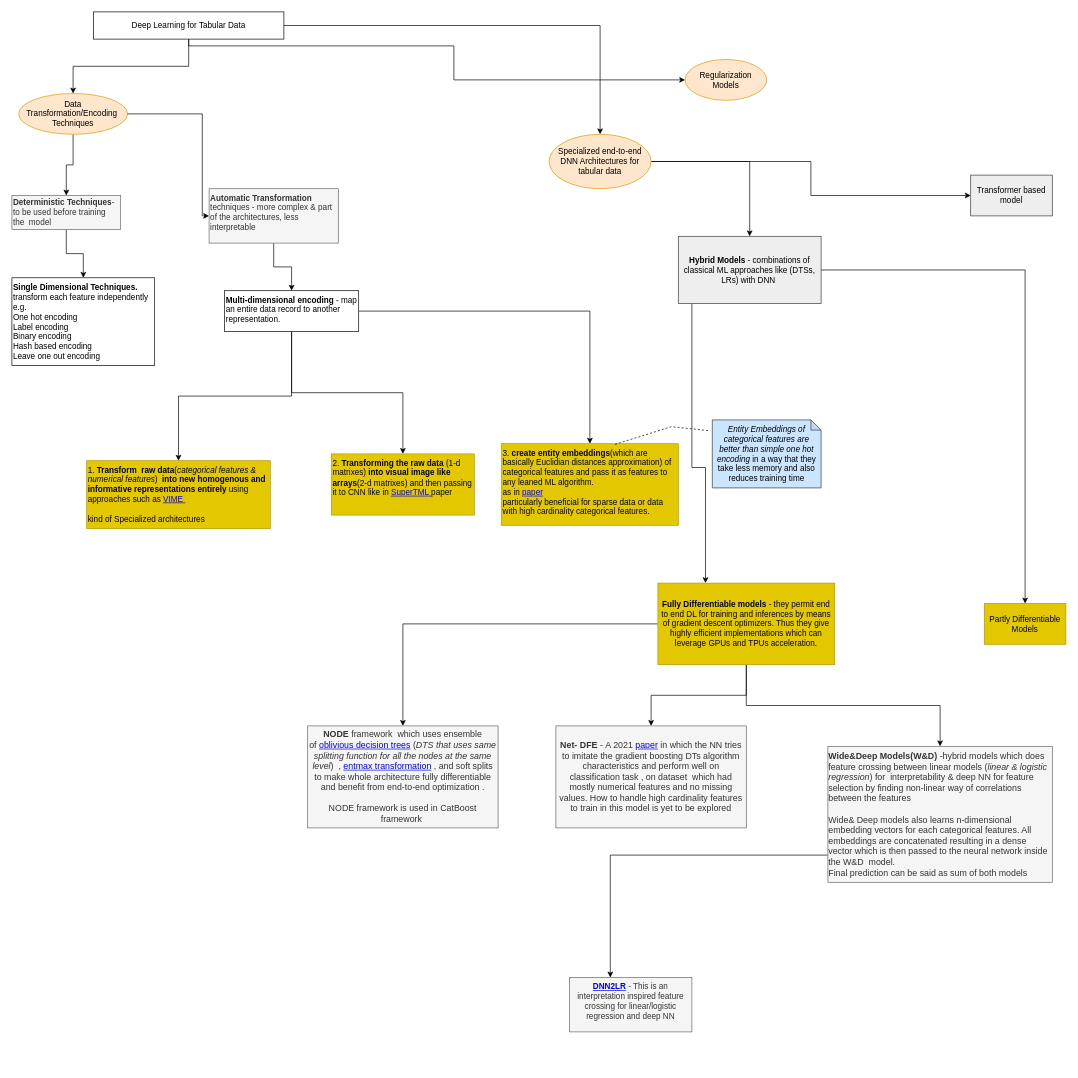
Above: DeepLearningTabularData.drawio in ambitiousrahul/concepts-viz-diagrams (draw.io), before the change. Source tidied: cells renumbered, new cells numbered last; positions are measured from the earlier drawing's top-left corner, leaving out a move shared by most shapes. Both pictures are drawn from the tidied source at 68%, with x=0, y=0 at pixel (12, 12).
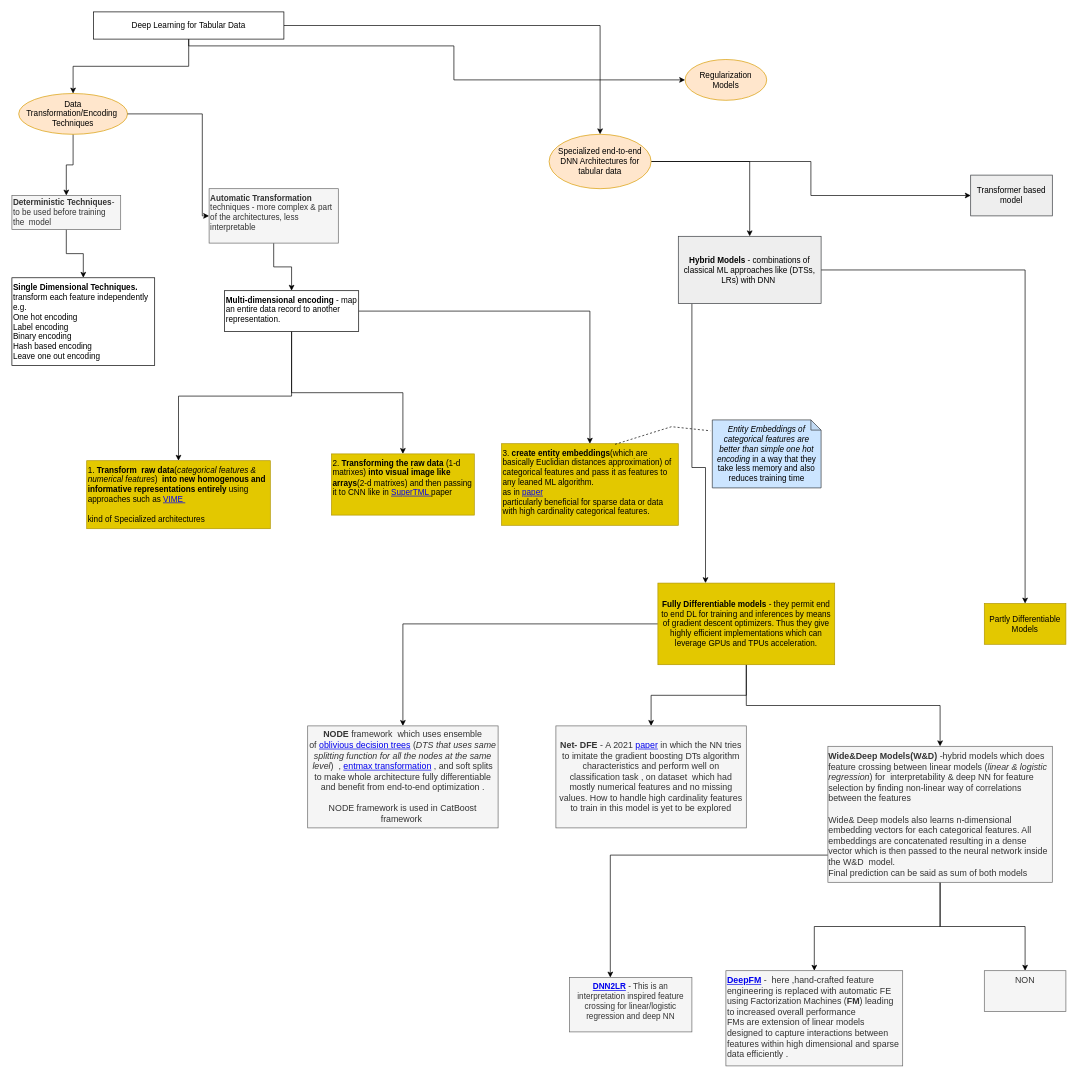
The same diagram, later.

The change refers to these unchanged cells:
```xml
<mxCell id="39" value="&lt;div style=&quot;text-align: left&quot;&gt;&lt;b&gt;Wide&amp;amp;Deep Models(W&amp;amp;D)&lt;/b&gt;&lt;span&gt; -hybrid models which does feature crossing between linear models (&lt;/span&gt;&lt;i&gt;linear &amp;amp; logistic regression&lt;/i&gt;&lt;span&gt;) for&amp;nbsp; interpretability &amp;amp; deep NN for feature selection by finding non-linear way of correlations between the features&lt;/span&gt;&lt;/div&gt;&lt;div style=&quot;text-align: left&quot;&gt;&lt;br&gt;&lt;/div&gt;&lt;div style=&quot;text-align: left&quot;&gt;&lt;span&gt;Wide&amp;amp; Deep models also learns n-dimensional embedding vectors for each categorical features. All embeddings are concatenated resulting in a dense vector which is then passed to the neural network inside the W&amp;amp;D&amp;nbsp; model.&lt;/span&gt;&lt;/div&gt;&lt;div style=&quot;text-align: left&quot;&gt;&lt;span&gt;Final prediction can be said as sum of both models&lt;/span&gt;&lt;/div&gt;" style="whiteSpace=wrap;html=1;fillColor=#f5f5f5;strokeColor=#666666;fontColor=#333333;rounded=0;verticalAlign=top;fontSize=13;" parent="1" vertex="1">
  <mxGeometry x="1200" y="1080" width="330" height="200" as="geometry" />
</mxCell>
```

What changed in the source:
```diff
@@
+    <mxCell id="41" style="edgeStyle=orthogonalEdgeStyle;rounded=0;jettySize=auto;html=1;fontSize=13;" parent="1" edge="1" source="39" target="43">
+      <mxGeometry relative="1" as="geometry" />
+    </mxCell>
+    <mxCell id="42" style="edgeStyle=orthogonalEdgeStyle;rounded=0;jettySize=auto;html=1;fontSize=13;" parent="1" edge="1" source="39" target="44">
+      <mxGeometry relative="1" as="geometry" />
+    </mxCell>
@@
+    <mxCell id="43" value="&lt;b&gt;&lt;a href=&quot;https://www.semanticscholar.org/paper/1d122a074c936fcfd95faf44608e377a9d1799c8&quot;&gt;DeepFM&lt;/a&gt; &lt;/b&gt;-&amp;nbsp; here ,hand-crafted feature engineering is replaced with automatic FE using Factorization Machines (&lt;b&gt;FM&lt;/b&gt;) leading to increased overall performance&lt;br&gt;FMs are extension of linear models designed to capture interactions between features within high dimensional and sparse data efficiently .&amp;nbsp;&amp;nbsp;" style="whiteSpace=wrap;html=1;fontSize=13;verticalAlign=top;fillColor=#f5f5f5;strokeColor=#666666;fontColor=#333333;rounded=0;align=left;" parent="1" vertex="1">
+      <mxGeometry x="1050" y="1410" width="260" height="140" as="geometry" />
+    </mxCell>
+    <mxCell id="44" value="NON" style="whiteSpace=wrap;html=1;fontSize=13;verticalAlign=top;fillColor=#f5f5f5;strokeColor=#666666;fontColor=#333333;rounded=0;" parent="1" vertex="1">
+      <mxGeometry x="1430" y="1410" width="120" height="60" as="geometry" />
+    </mxCell>
```
